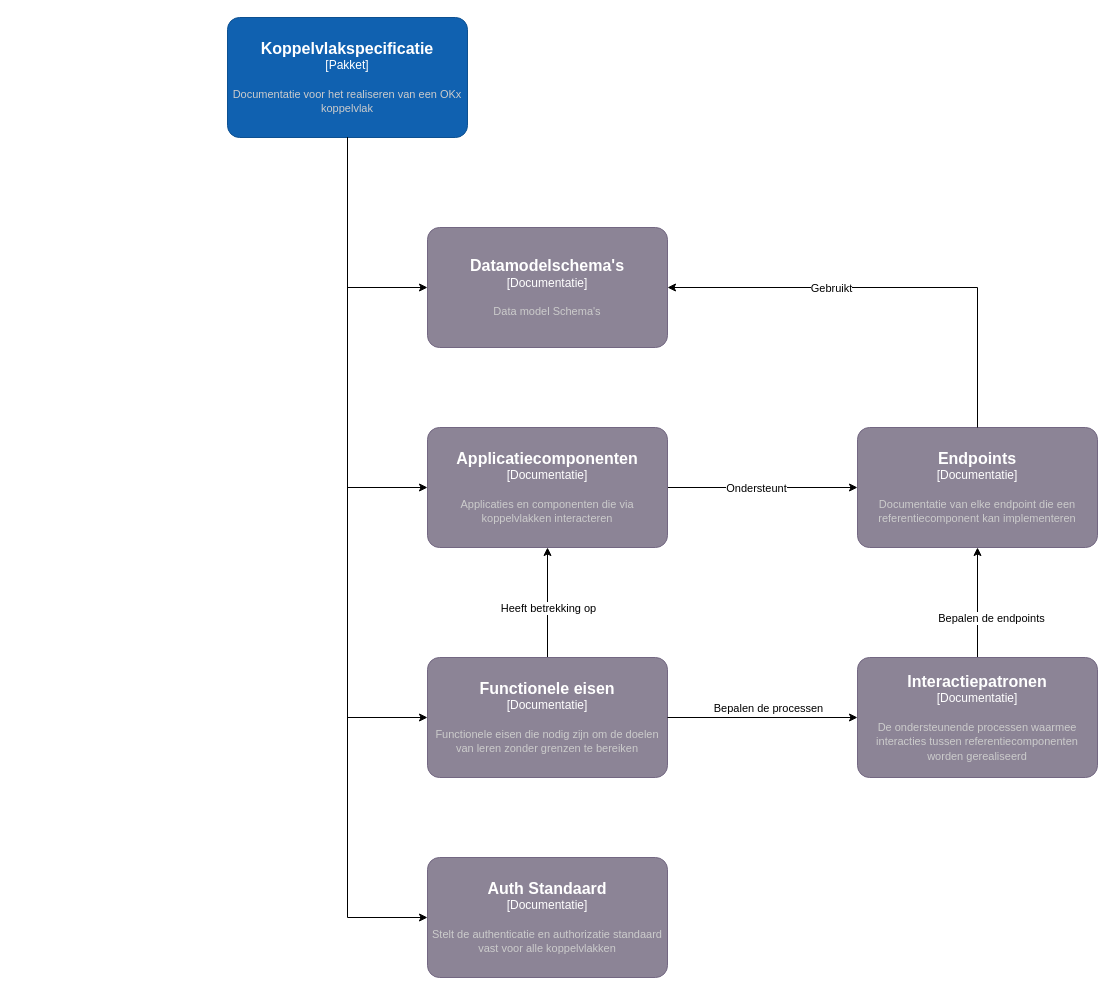
The draw.io diagram Koppelvlakspecificaties/src/KoppelvlakSpec overzicht.drawio in Npuls-OKx/Public, before the edit. Source tidied: cells renumbered, new cells numbered last; positions are measured from the earlier drawing's top-left corner, leaving out a move shared by most shapes. Both pictures are drawn from the tidied source at 100%, with x=0, y=0 at pixel (227, 17).
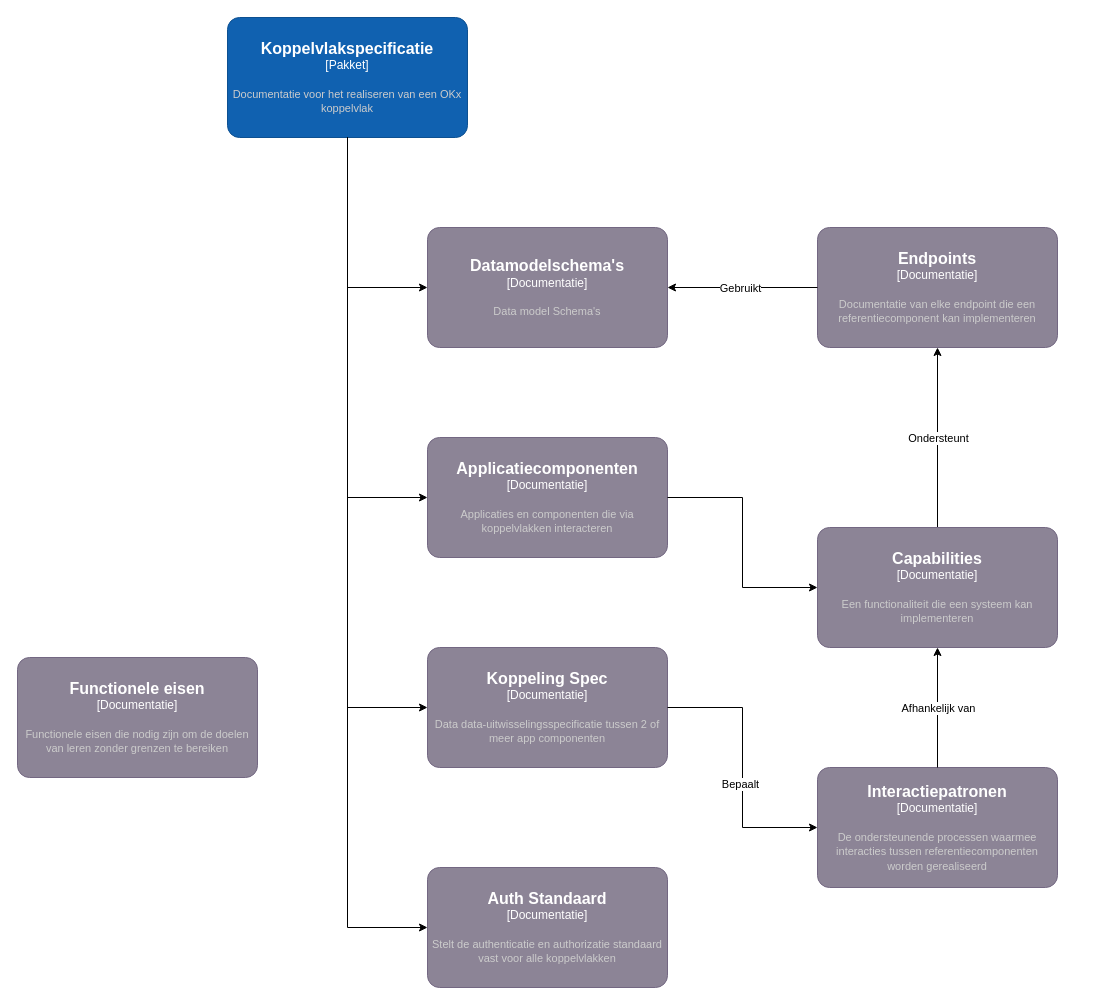
The same diagram, later.

Commit message (it also covers changes not shown here):
Diagrammen bijwerken: overzichtsplaat en branching-export

De overzichtsplaat van de koppelvlakspecificatie en de export van het
branching-diagram waren buiten de vorige commit gebleven.

The change refers to these unchanged cells:
```xml
<object id="2" label="&lt;font style=&quot;font-size: 16px&quot;&gt;&lt;b&gt;%c4Name%&lt;/b&gt;&lt;/font&gt;&lt;div&gt;[%c4Type%]&lt;/div&gt;&lt;br&gt;&lt;div&gt;&lt;font style=&quot;font-size: 11px&quot;&gt;&lt;font color=&quot;#cccccc&quot;&gt;%c4Description%&lt;/font&gt;&lt;/div&gt;" c4Description="Documentatie voor het realiseren van een OKx koppelvlak" c4Name="Koppelvlakspecificatie" c4Type="Pakket" placeholders="1">
  <mxCell style="rounded=1;whiteSpace=wrap;html=1;labelBackgroundColor=none;fillColor=#1061B0;fontColor=#ffffff;align=center;arcSize=10;strokeColor=#0D5091;points=[[0.25,0,0],[0.5,0,0],[0.75,0,0],[1,0.25,0],[1,0.5,0],[1,0.75,0],[0.75,1,0],[0.5,1,0],[0.25,1,0],[0,0.75,0],[0,0.5,0],[0,0.25,0]];" parent="1" vertex="1">
    <mxGeometry width="240" height="120" as="geometry" />
  </mxCell>
</object>
<object id="3" label="&lt;font style=&quot;font-size: 16px&quot;&gt;&lt;b&gt;%c4Name%&lt;/b&gt;&lt;/font&gt;&lt;div&gt;[%c4Type%]&lt;/div&gt;&lt;br&gt;&lt;div&gt;&lt;font style=&quot;font-size: 11px&quot;&gt;&lt;font color=&quot;#cccccc&quot;&gt;%c4Description%&lt;/font&gt;&lt;/div&gt;" c4Description="Data model Schema's" c4Name="Datamodelschema's" c4Type="Documentatie" placeholders="1">
  <mxCell style="rounded=1;whiteSpace=wrap;html=1;labelBackgroundColor=none;fillColor=#8C8496;fontColor=#ffffff;align=center;arcSize=10;strokeColor=#736782;points=[[0.25,0,0],[0.5,0,0],[0.75,0,0],[1,0.25,0],[1,0.5,0],[1,0.75,0],[0.75,1,0],[0.5,1,0],[0.25,1,0],[0,0.75,0],[0,0.5,0],[0,0.25,0]];" parent="1" vertex="1">
    <mxGeometry x="200" y="210" width="240" height="120" as="geometry" />
  </mxCell>
</object>
```

Diff of the diagram source:
```diff
@@
-    <mxCell id="5" style="edgeStyle=orthogonalEdgeStyle;rounded=0;jettySize=auto;html=1;" parent="1" edge="1" source="7" target="13">
-      <mxGeometry relative="1" as="geometry" />
-    </mxCell>
-    <mxCell id="6" value="Ondersteunt" style="edgeLabel;html=1;align=center;verticalAlign=middle;" parent="5" vertex="1">
-      <mxGeometry x="-0.07" relative="1" as="geometry" />
-    </mxCell>
     <object id="7" label="&lt;font style=&quot;font-size: 16px&quot;&gt;&lt;b&gt;%c4Name%&lt;/b&gt;&lt;/font&gt;&lt;div&gt;[%c4Type%]&lt;/div&gt;&lt;br&gt;&lt;div&gt;&lt;font style=&quot;font-size: 11px&quot;&gt;&lt;font color=&quot;#cccccc&quot;&gt;%c4Description%&lt;/font&gt;&lt;/div&gt;" c4Description="Applicaties en componenten die via koppelvlakken interacteren" c4Name="Applicatiecomponenten" c4Type="Documentatie" placeholders="1">
       <mxCell style="rounded=1;whiteSpace=wrap;html=1;labelBackgroundColor=none;fillColor=#8C8496;fontColor=#ffffff;align=center;arcSize=10;strokeColor=#736782;points=[[0.25,0,0],[0.5,0,0],[0.75,0,0],[1,0.25,0],[1,0.5,0],[1,0.75,0],[0.75,1,0],[0.5,1,0],[0.25,1,0],[0,0.75,0],[0,0.5,0],[0,0.25,0]];" parent="1" vertex="1">
-        <mxGeometry x="200" y="410" width="240" height="120" as="geometry" />
+        <mxGeometry x="200" y="420" width="240" height="120" as="geometry" />
       </mxCell>
     </object>
@@
-    <mxCell id="9" style="edgeStyle=orthogonalEdgeStyle;rounded=0;jettySize=auto;html=1;" parent="1" edge="1" source="11" target="13">
-      <mxGeometry relative="1" as="geometry" />
-    </mxCell>
-    <mxCell id="10" value="Bepalen de endpoints" style="edgeLabel;html=1;align=center;verticalAlign=middle;" parent="9" vertex="1">
-      <mxGeometry x="-0.26" y="1" relative="1" as="geometry">
-        <mxPoint x="14" y="1" as="offset" />
-      </mxGeometry>
-    </mxCell>
     <object id="11" label="&lt;font style=&quot;font-size: 16px&quot;&gt;&lt;b&gt;%c4Name%&lt;/b&gt;&lt;/font&gt;&lt;div&gt;[%c4Type%]&lt;/div&gt;&lt;br&gt;&lt;div&gt;&lt;font style=&quot;font-size: 11px&quot;&gt;&lt;font color=&quot;#cccccc&quot;&gt;%c4Description%&lt;/font&gt;&lt;/div&gt;" c4Description="De ondersteunende processen waarmee interacties tussen referentiecomponenten worden gerealiseerd" c4Name="Interactiepatronen" c4Type="Documentatie" placeholders="1">
       <mxCell style="rounded=1;whiteSpace=wrap;html=1;labelBackgroundColor=none;fillColor=#8C8496;fontColor=#ffffff;align=center;arcSize=10;strokeColor=#736782;points=[[0.25,0,0],[0.5,0,0],[0.75,0,0],[1,0.25,0],[1,0.5,0],[1,0.75,0],[0.75,1,0],[0.5,1,0],[0.25,1,0],[0,0.75,0],[0,0.5,0],[0,0.25,0]];" parent="1" vertex="1">
-        <mxGeometry x="630" y="640" width="240" height="120" as="geometry" />
+        <mxGeometry x="590" y="750" width="240" height="120" as="geometry" />
       </mxCell>
     </object>
-    <mxCell id="12" style="edgeStyle=orthogonalEdgeStyle;rounded=0;jettySize=auto;html=1;entryX=0;entryY=0.5;entryDx=0;entryDy=0;entryPerimeter=0;" parent="1" edge="1" source="2" target="20">
-      <mxGeometry relative="1" as="geometry" />
-    </mxCell>
     <object id="13" label="&lt;font style=&quot;font-size: 16px&quot;&gt;&lt;b&gt;%c4Name%&lt;/b&gt;&lt;/font&gt;&lt;div&gt;[%c4Type%]&lt;/div&gt;&lt;br&gt;&lt;div&gt;&lt;font style=&quot;font-size: 11px&quot;&gt;&lt;font color=&quot;#cccccc&quot;&gt;%c4Description%&lt;/font&gt;&lt;/div&gt;" c4Description="Documentatie van elke endpoint die een referentiecomponent kan implementeren" c4Name="Endpoints" c4Type="Documentatie" placeholders="1">
       <mxCell style="rounded=1;whiteSpace=wrap;html=1;labelBackgroundColor=none;fillColor=#8C8496;fontColor=#ffffff;align=center;arcSize=10;strokeColor=#736782;points=[[0.25,0,0],[0.5,0,0],[0.75,0,0],[1,0.25,0],[1,0.5,0],[1,0.75,0],[0.75,1,0],[0.5,1,0],[0.25,1,0],[0,0.75,0],[0,0.5,0],[0,0.25,0]];" parent="1" vertex="1">
-        <mxGeometry x="630" y="410" width="240" height="120" as="geometry" />
+        <mxGeometry x="590" y="210" width="240" height="120" as="geometry" />
       </mxCell>
     </object>
-    <mxCell id="14" style="edgeStyle=orthogonalEdgeStyle;rounded=0;jettySize=auto;html=1;entryX=1;entryY=0.5;entryDx=0;entryDy=0;entryPerimeter=0;exitX=0.5;exitY=0;exitDx=0;exitDy=0;exitPerimeter=0;" parent="1" edge="1" source="13" target="3">
+    <mxCell id="14" style="edgeStyle=orthogonalEdgeStyle;rounded=0;jettySize=auto;html=1;entryX=1;entryY=0.5;entryDx=0;entryDy=0;entryPerimeter=0;exitX=0;exitY=0.5;exitDx=0;exitDy=0;exitPerimeter=0;" parent="1" edge="1" source="13" target="3">
       <mxGeometry relative="1" as="geometry" />
     </mxCell>
@@
     <object id="16" label="&lt;font style=&quot;font-size: 16px&quot;&gt;&lt;b&gt;%c4Name%&lt;/b&gt;&lt;/font&gt;&lt;div&gt;[%c4Type%]&lt;/div&gt;&lt;br&gt;&lt;div&gt;&lt;font style=&quot;font-size: 11px&quot;&gt;&lt;font color=&quot;#cccccc&quot;&gt;%c4Description%&lt;/font&gt;&lt;/div&gt;" c4Description="Stelt de authenticatie en authorizatie standaard vast voor alle koppelvlakken" c4Name="Auth Standaard" c4Type="Documentatie" placeholders="1">
       <mxCell style="rounded=1;whiteSpace=wrap;html=1;labelBackgroundColor=none;fillColor=#8C8496;fontColor=#ffffff;align=center;arcSize=10;strokeColor=#736782;points=[[0.25,0,0],[0.5,0,0],[0.75,0,0],[1,0.25,0],[1,0.5,0],[1,0.75,0],[0.75,1,0],[0.5,1,0],[0.25,1,0],[0,0.75,0],[0,0.5,0],[0,0.25,0]];" parent="1" vertex="1">
-        <mxGeometry x="200" y="840" width="240" height="120" as="geometry" />
+        <mxGeometry x="200" y="850" width="240" height="120" as="geometry" />
       </mxCell>
     </object>
@@
-    <mxCell id="18" style="edgeStyle=orthogonalEdgeStyle;rounded=0;jettySize=auto;html=1;" parent="1" edge="1" source="20" target="7">
-      <mxGeometry relative="1" as="geometry" />
-    </mxCell>
-    <mxCell id="19" value="Heeft betrekking op" style="edgeLabel;html=1;align=center;verticalAlign=middle;" parent="18" vertex="1">
-      <mxGeometry x="-0.27" y="1" relative="1" as="geometry">
-        <mxPoint x="1" y="-10" as="offset" />
-      </mxGeometry>
-    </mxCell>
+    <mxCell id="23" style="edgeStyle=orthogonalEdgeStyle;rounded=0;jettySize=auto;html=1;" parent="1" edge="1" source="20" target="13">
+      <mxGeometry relative="1" as="geometry" />
+    </mxCell>
+    <mxCell id="6" value="Ondersteunt" style="edgeLabel;html=1;align=center;verticalAlign=middle;" parent="23" vertex="1">
+      <mxGeometry x="-0.43" y="-2" relative="1" as="geometry">
+        <mxPoint x="-2" y="-39" as="offset" />
+      </mxGeometry>
+    </mxCell>
-    <object id="20" label="&lt;font style=&quot;font-size: 16px&quot;&gt;&lt;b&gt;%c4Name%&lt;/b&gt;&lt;/font&gt;&lt;div&gt;[%c4Type%]&lt;/div&gt;&lt;br&gt;&lt;div&gt;&lt;font style=&quot;font-size: 11px&quot;&gt;&lt;font color=&quot;#cccccc&quot;&gt;%c4Description%&lt;/font&gt;&lt;/div&gt;" c4Description="Functionele eisen die nodig zijn om de doelen van leren zonder grenzen te bereiken" c4Name="Functionele eisen" c4Type="Documentatie" placeholders="1">
+    <object id="20" label="&lt;font style=&quot;font-size: 16px&quot;&gt;&lt;b&gt;%c4Name%&lt;/b&gt;&lt;/font&gt;&lt;div&gt;[%c4Type%]&lt;/div&gt;&lt;br&gt;&lt;div&gt;&lt;font style=&quot;font-size: 11px&quot;&gt;&lt;font color=&quot;#cccccc&quot;&gt;%c4Description%&lt;/font&gt;&lt;/div&gt;" c4Description="Een functionaliteit die een systeem kan implementeren" c4Name="Capabilities" c4Type="Documentatie" placeholders="1">
       <mxCell style="rounded=1;whiteSpace=wrap;html=1;labelBackgroundColor=none;fillColor=#8C8496;fontColor=#ffffff;align=center;arcSize=10;strokeColor=#736782;points=[[0.25,0,0],[0.5,0,0],[0.75,0,0],[1,0.25,0],[1,0.5,0],[1,0.75,0],[0.75,1,0],[0.5,1,0],[0.25,1,0],[0,0.75,0],[0,0.5,0],[0,0.25,0]];" parent="1" vertex="1">
-        <mxGeometry x="200" y="640" width="240" height="120" as="geometry" />
+        <mxGeometry x="590" y="510" width="240" height="120" as="geometry" />
       </mxCell>
     </object>
-    <mxCell id="21" style="edgeStyle=orthogonalEdgeStyle;rounded=0;jettySize=auto;html=1;entryX=0;entryY=0.5;entryDx=0;entryDy=0;entryPerimeter=0;" parent="1" edge="1" source="20" target="11">
-      <mxGeometry relative="1" as="geometry" />
-    </mxCell>
-    <mxCell id="22" value="Bepalen de processen" style="edgeLabel;html=1;align=center;verticalAlign=middle;" parent="21" vertex="1">
-      <mxGeometry x="-0.21" relative="1" as="geometry">
-        <mxPoint x="25" y="-10" as="offset" />
-      </mxGeometry>
-    </mxCell>
+    <object id="24" label="&lt;font style=&quot;font-size: 16px&quot;&gt;&lt;b&gt;%c4Name%&lt;/b&gt;&lt;/font&gt;&lt;div&gt;[%c4Type%]&lt;/div&gt;&lt;br&gt;&lt;div&gt;&lt;font style=&quot;font-size: 11px&quot;&gt;&lt;font color=&quot;#cccccc&quot;&gt;%c4Description%&lt;/font&gt;&lt;/div&gt;" c4Description="Functionele eisen die nodig zijn om de doelen van leren zonder grenzen te bereiken" c4Name="Functionele eisen" c4Type="Documentatie" placeholders="1">
+      <mxCell style="rounded=1;whiteSpace=wrap;html=1;labelBackgroundColor=none;fillColor=#8C8496;fontColor=#ffffff;align=center;arcSize=10;strokeColor=#736782;" parent="1" vertex="1">
+        <mxGeometry x="-210" y="640" width="240" height="120" as="geometry" />
+      </mxCell>
+    </object>
+    <object id="25" label="&lt;font style=&quot;font-size: 16px&quot;&gt;&lt;b&gt;%c4Name%&lt;/b&gt;&lt;/font&gt;&lt;div&gt;[%c4Type%]&lt;/div&gt;&lt;br&gt;&lt;div&gt;&lt;font style=&quot;font-size: 11px&quot;&gt;&lt;font color=&quot;#cccccc&quot;&gt;%c4Description%&lt;/font&gt;&lt;/div&gt;" c4Description="Data data-uitwisselingsspecificatie tussen 2 of meer app componenten&#10;" c4Name="Koppeling Spec" c4Type="Documentatie" placeholders="1">
+      <mxCell style="rounded=1;whiteSpace=wrap;html=1;labelBackgroundColor=none;fillColor=#8C8496;fontColor=#ffffff;align=center;arcSize=10;strokeColor=#736782;points=[[0.25,0,0],[0.5,0,0],[0.75,0,0],[1,0.25,0],[1,0.5,0],[1,0.75,0],[0.75,1,0],[0.5,1,0],[0.25,1,0],[0,0.75,0],[0,0.5,0],[0,0.25,0]];" parent="1" vertex="1">
+        <mxGeometry x="200" y="630" width="240" height="120" as="geometry" />
+      </mxCell>
+    </object>
+    <mxCell id="26" style="edgeStyle=orthogonalEdgeStyle;rounded=0;jettySize=auto;html=1;entryX=0;entryY=0.5;entryDx=0;entryDy=0;entryPerimeter=0;" parent="1" edge="1" source="7" target="20">
+      <mxGeometry relative="1" as="geometry" />
+    </mxCell>
+    <mxCell id="27" style="edgeStyle=orthogonalEdgeStyle;rounded=0;jettySize=auto;html=1;entryX=0;entryY=0.5;entryDx=0;entryDy=0;entryPerimeter=0;" parent="1" edge="1" source="2" target="25">
+      <mxGeometry relative="1" as="geometry" />
+    </mxCell>
+    <mxCell id="28" style="edgeStyle=orthogonalEdgeStyle;rounded=0;jettySize=auto;html=1;entryX=0.5;entryY=1;entryDx=0;entryDy=0;entryPerimeter=0;" parent="1" edge="1" source="11" target="20">
+      <mxGeometry relative="1" as="geometry" />
+    </mxCell>
+    <mxCell id="29" value="Afhankelijk van" style="edgeLabel;html=1;align=center;verticalAlign=middle;" parent="28" vertex="1">
+      <mxGeometry x="-0.28" y="-1" relative="1" as="geometry">
+        <mxPoint x="-1" y="-17" as="offset" />
+      </mxGeometry>
+    </mxCell>
+    <mxCell id="30" style="edgeStyle=orthogonalEdgeStyle;rounded=0;jettySize=auto;html=1;entryX=0;entryY=0.5;entryDx=0;entryDy=0;entryPerimeter=0;" parent="1" edge="1" source="25" target="11">
+      <mxGeometry relative="1" as="geometry" />
+    </mxCell>
+    <mxCell id="31" value="Bepaalt" style="edgeLabel;html=1;align=center;verticalAlign=middle;" parent="30" vertex="1">
+      <mxGeometry x="0.12" y="-3" relative="1" as="geometry" />
+    </mxCell>
```
